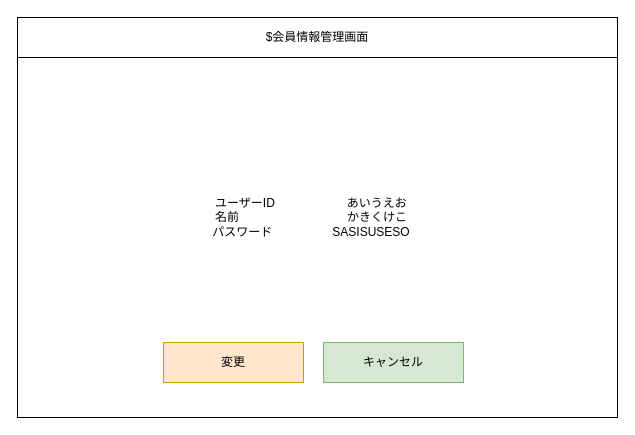
The draw.io diagram レイアウト図/会員画面/会員情報変更確認画面.drawio in 2022java42-student009/ProjectJava, before the edit. Source tidied: cells renumbered, new cells numbered last; positions are measured from the earlier drawing's top-left corner, leaving out a move shared by most shapes. Both pictures are drawn from the tidied source at 100%, with x=0, y=0 at pixel (17, 17).
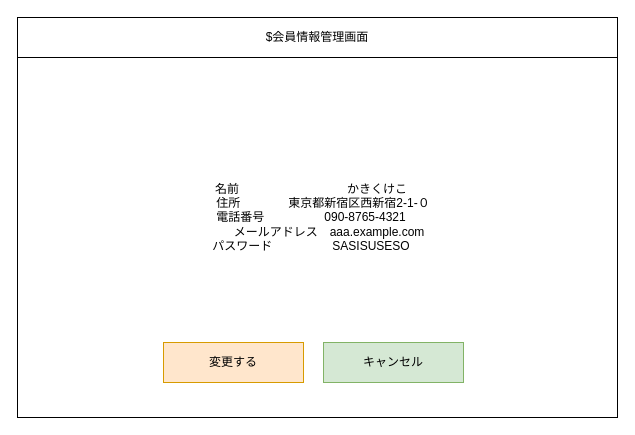
After the change.

What changed in the source:
```diff
@@
 <mxGraphModel>
   <root>
     <mxCell id="0" />
     <mxCell id="1" parent="0" />
     <mxCell id="2" style="rounded=0;whiteSpace=wrap;html=1;" parent="1" vertex="1">
       <mxGeometry width="600" height="400" as="geometry" />
     </mxCell>
     <mxCell id="3" value="$会員情報管理画面" style="rounded=0;whiteSpace=wrap;html=1;" parent="1" vertex="1">
       <mxGeometry width="600" height="40" as="geometry" />
     </mxCell>
-    <mxCell id="4" value="変更" style="rounded=0;whiteSpace=wrap;html=1;fillColor=#ffe6cc;strokeColor=#d79b00;" parent="1" vertex="1">
+    <mxCell id="4" value="変更する" style="rounded=0;whiteSpace=wrap;html=1;fillColor=#ffe6cc;strokeColor=#d79b00;" parent="1" vertex="1">
       <mxGeometry x="146" y="325" width="140" height="40" as="geometry" />
     </mxCell>
     <mxCell id="5" value="キャンセル" style="rounded=0;whiteSpace=wrap;html=1;fillColor=#d5e8d4;strokeColor=#82b366;" parent="1" vertex="1">
       <mxGeometry x="306" y="325" width="140" height="40" as="geometry" />
     </mxCell>
-    <mxCell id="6" value="ユーザーID　　　　　　あいうえお&lt;br&gt;名前　　　　　　　　　かきくけこ&lt;br&gt;パスワード　　　　　SASISUSESO&lt;br&gt;" style="text;html=1;strokeColor=none;fillColor=none;align=center;verticalAlign=middle;whiteSpace=wrap;rounded=0;" parent="1" vertex="1">
+    <mxCell id="6" value="名前　　　　　　　　　かきくけこ&lt;br&gt;　　住所　　　　東京都新宿区西新宿2‐1‐０&lt;br&gt;電話番号　　　　　090-8765-4321&lt;br&gt;　　　メールアドレス　aaa.example.com　　　&lt;br&gt;パスワード　　　　　SASISUSESO" style="text;html=1;strokeColor=none;fillColor=none;align=center;verticalAlign=middle;whiteSpace=wrap;rounded=0;" parent="1" vertex="1">
       <mxGeometry x="149" y="125" width="290" height="150" as="geometry" />
     </mxCell>
   </root>
 </mxGraphModel>
```
